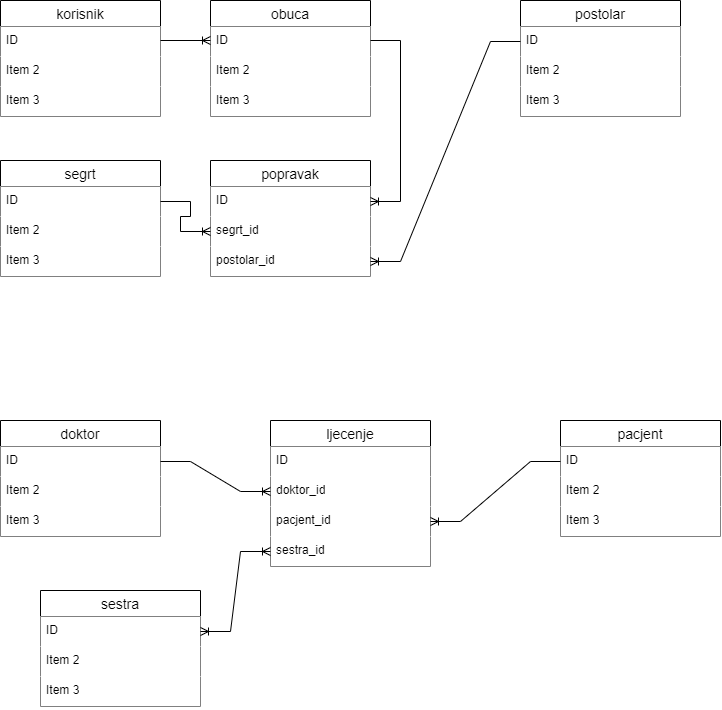
Above: predavanje_2/zadaci tab.png in Josip2504/OOP (draw.io), before the change. Source tidied: cells renumbered, new cells last; positions are measured from the earlier drawing's top-left corner, leaving out a move shared by most shapes.
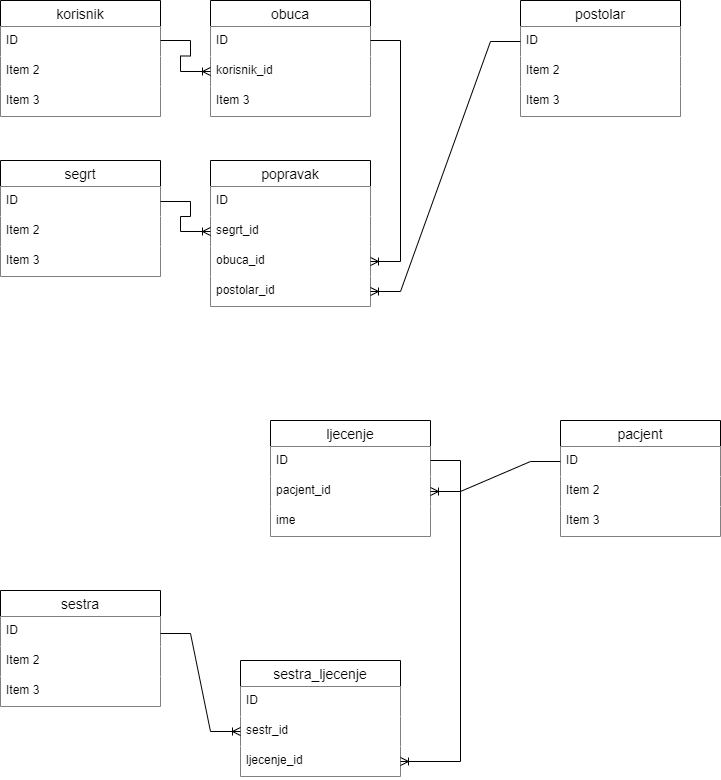
The same file after the commit.

What changed in the source:
```diff
@@ -20,7 +20,7 @@
     <mxCell id="7" value="ID" style="text;strokeColor=none;fillColor=#FFFFFF;spacingLeft=4;spacingRight=4;overflow=hidden;fontSize=12;whiteSpace=wrap;html=1;" parent="6" vertex="1">
       <mxGeometry y="26" width="160" height="30" as="geometry" />
     </mxCell>
-    <mxCell id="8" value="Item 2" style="text;strokeColor=none;fillColor=#FFFFFF;spacingLeft=4;spacingRight=4;overflow=hidden;points=[[0,0.5],[1,0.5]];portConstraint=eastwest;fontSize=12;whiteSpace=wrap;html=1;" parent="6" vertex="1">
+    <mxCell id="8" value="korisnik_id" style="text;strokeColor=none;fillColor=#FFFFFF;spacingLeft=4;spacingRight=4;overflow=hidden;points=[[0,0.5],[1,0.5]];portConstraint=eastwest;fontSize=12;whiteSpace=wrap;html=1;" parent="6" vertex="1">
       <mxGeometry y="56" width="160" height="30" as="geometry" />
     </mxCell>
     <mxCell id="9" value="Item 3" style="text;strokeColor=none;fillColor=#FFFFFF;spacingLeft=4;spacingRight=4;overflow=hidden;fontSize=12;whiteSpace=wrap;html=1;" parent="6" vertex="1">
@@ -51,7 +51,7 @@
       <mxGeometry y="86" width="160" height="30" as="geometry" />
     </mxCell>
     <mxCell id="18" value="popravak" style="swimlane;fontStyle=0;horizontal=1;startSize=26;align=center;fontSize=14;fillColor=#FFFFFF;" parent="1" vertex="1">
-      <mxGeometry x="210" y="160" width="160" height="116" as="geometry" />
+      <mxGeometry x="210" y="160" width="160" height="146" as="geometry" />
     </mxCell>
     <mxCell id="19" value="ID" style="text;strokeColor=none;fillColor=#FFFFFF;spacingLeft=4;spacingRight=4;overflow=hidden;points=[[0,0.5],[1,0.5]];portConstraint=eastwest;fontSize=12;whiteSpace=wrap;html=1;" parent="18" vertex="1">
       <mxGeometry y="26" width="160" height="30" as="geometry" />
@@ -59,19 +59,21 @@
     <mxCell id="20" value="segrt_id" style="text;strokeColor=none;fillColor=#FFFFFF;spacingLeft=4;spacingRight=4;overflow=hidden;points=[[0,0.5],[1,0.5]];portConstraint=eastwest;fontSize=12;whiteSpace=wrap;html=1;" parent="18" vertex="1">
       <mxGeometry y="56" width="160" height="30" as="geometry" />
     </mxCell>
+    <mxCell id="46" value="obuca_id" style="text;strokeColor=none;fillColor=#FFFFFF;spacingLeft=4;spacingRight=4;overflow=hidden;points=[[0,0.5],[1,0.5]];portConstraint=eastwest;fontSize=12;whiteSpace=wrap;html=1;" parent="18" vertex="1">
+      <mxGeometry y="86" width="160" height="30" as="geometry" />
+    </mxCell>
     <mxCell id="21" value="postolar_id" style="text;strokeColor=none;fillColor=#FFFFFF;spacingLeft=4;spacingRight=4;overflow=hidden;points=[[0,0.5],[1,0.5]];portConstraint=eastwest;fontSize=12;whiteSpace=wrap;html=1;" parent="18" vertex="1">
-      <mxGeometry y="86" width="160" height="30" as="geometry" />
+      <mxGeometry y="116" width="160" height="30" as="geometry" />
     </mxCell>
     <mxCell id="22" style="edgeStyle=entityRelationEdgeStyle;fontSize=12;html=1;endArrow=ERoneToMany;rounded=0;exitX=1;exitY=0.5;exitDx=0;exitDy=0;entryX=0;entryY=0.5;entryDx=0;entryDy=0;fillColor=#FFFFFF;" parent="1" edge="1" source="15" target="20">
       <mxGeometry relative="1" as="geometry" />
     </mxCell>
-    <mxCell id="23" style="edgeStyle=entityRelationEdgeStyle;fontSize=12;html=1;endArrow=ERoneToMany;rounded=0;exitX=1;exitY=0.5;exitDx=0;exitDy=0;entryX=0;entryY=0.5;entryDx=0;entryDy=0;fillColor=#FFFFFF;" parent="1" edge="1">
+    <mxCell id="23" style="edgeStyle=entityRelationEdgeStyle;fontSize=12;html=1;endArrow=ERoneToMany;rounded=0;exitX=1;exitY=0.5;exitDx=0;exitDy=0;entryX=0;entryY=0.5;entryDx=0;entryDy=0;fillColor=#FFFFFF;" parent="1" edge="1" target="8">
       <mxGeometry relative="1" as="geometry">
         <mxPoint x="160" y="40" as="sourcePoint" />
-        <mxPoint x="210" y="40" as="targetPoint" />
       </mxGeometry>
     </mxCell>
-    <mxCell id="24" style="edgeStyle=entityRelationEdgeStyle;fontSize=12;html=1;endArrow=ERoneToMany;rounded=0;exitX=1;exitY=0.5;exitDx=0;exitDy=0;entryX=1;entryY=0.5;entryDx=0;entryDy=0;fillColor=#FFFFFF;" parent="1" edge="1" target="19">
+    <mxCell id="24" style="edgeStyle=entityRelationEdgeStyle;fontSize=12;html=1;endArrow=ERoneToMany;rounded=0;exitX=1;exitY=0.5;exitDx=0;exitDy=0;entryX=1;entryY=0.5;entryDx=0;entryDy=0;fillColor=#FFFFFF;" parent="1" edge="1" target="46">
       <mxGeometry relative="1" as="geometry">
         <mxPoint x="370" y="40" as="sourcePoint" />
       </mxGeometry>
@@ -79,18 +81,6 @@
     <mxCell id="25" style="edgeStyle=entityRelationEdgeStyle;fontSize=12;html=1;endArrow=ERoneToMany;rounded=0;exitX=0;exitY=0.5;exitDx=0;exitDy=0;entryX=1;entryY=0.5;entryDx=0;entryDy=0;fillColor=#FFFFFF;" parent="1" edge="1" source="11" target="21">
       <mxGeometry relative="1" as="geometry" />
     </mxCell>
-    <mxCell id="26" value="doktor" style="swimlane;fontStyle=0;horizontal=1;startSize=26;align=center;fontSize=14;fillColor=#FFFFFF;" parent="1" vertex="1">
-      <mxGeometry y="420" width="160" height="116" as="geometry" />
-    </mxCell>
-    <mxCell id="27" value="ID" style="text;strokeColor=none;fillColor=#FFFFFF;spacingLeft=4;spacingRight=4;overflow=hidden;points=[[0,0.5],[1,0.5]];portConstraint=eastwest;fontSize=12;whiteSpace=wrap;html=1;" parent="26" vertex="1">
-      <mxGeometry y="26" width="160" height="30" as="geometry" />
-    </mxCell>
-    <mxCell id="28" value="Item 2" style="text;strokeColor=none;fillColor=#FFFFFF;spacingLeft=4;spacingRight=4;overflow=hidden;fontSize=12;whiteSpace=wrap;html=1;" parent="26" vertex="1">
-      <mxGeometry y="56" width="160" height="30" as="geometry" />
-    </mxCell>
-    <mxCell id="29" value="Item 3" style="text;strokeColor=none;fillColor=#FFFFFF;spacingLeft=4;spacingRight=4;overflow=hidden;fontSize=12;whiteSpace=wrap;html=1;" parent="26" vertex="1">
-      <mxGeometry y="86" width="160" height="30" as="geometry" />
-    </mxCell>
     <mxCell id="30" value="pacjent" style="swimlane;fontStyle=0;horizontal=1;startSize=26;align=center;fontSize=14;fillColor=#FFFFFF;" parent="1" vertex="1">
       <mxGeometry x="560" y="420" width="160" height="116" as="geometry" />
     </mxCell>
@@ -104,22 +94,19 @@
       <mxGeometry y="86" width="160" height="30" as="geometry" />
     </mxCell>
     <mxCell id="34" value="ljecenje" style="swimlane;fontStyle=0;horizontal=1;startSize=26;align=center;fontSize=14;fillColor=#FFFFFF;" parent="1" vertex="1">
-      <mxGeometry x="270" y="420" width="160" height="146" as="geometry" />
+      <mxGeometry x="270" y="420" width="160" height="116" as="geometry" />
     </mxCell>
     <mxCell id="35" value="ID" style="text;strokeColor=none;fillColor=#FFFFFF;spacingLeft=4;spacingRight=4;overflow=hidden;fontSize=12;whiteSpace=wrap;html=1;" parent="34" vertex="1">
       <mxGeometry y="26" width="160" height="30" as="geometry" />
     </mxCell>
-    <mxCell id="36" value="doktor_id" style="text;strokeColor=none;fillColor=#FFFFFF;spacingLeft=4;spacingRight=4;overflow=hidden;points=[[0,0.5],[1,0.5]];portConstraint=eastwest;fontSize=12;whiteSpace=wrap;html=1;" parent="34" vertex="1">
-      <mxGeometry y="56" width="160" height="30" as="geometry" />
-    </mxCell>
     <mxCell id="37" value="pacjent_id" style="text;strokeColor=none;fillColor=#FFFFFF;spacingLeft=4;spacingRight=4;overflow=hidden;points=[[0,0.5],[1,0.5]];portConstraint=eastwest;fontSize=12;whiteSpace=wrap;html=1;" parent="34" vertex="1">
-      <mxGeometry y="86" width="160" height="30" as="geometry" />
+      <mxGeometry y="56" width="160" height="30" as="geometry" />
     </mxCell>
-    <mxCell id="38" value="sestra_id" style="text;strokeColor=none;fillColor=#FFFFFF;spacingLeft=4;spacingRight=4;overflow=hidden;points=[[0,0.5],[1,0.5]];portConstraint=eastwest;fontSize=12;whiteSpace=wrap;html=1;" parent="34" vertex="1">
-      <mxGeometry y="116" width="160" height="30" as="geometry" />
-    </mxCell>
+    <mxCell id="47" value="ime" style="text;strokeColor=none;fillColor=#FFFFFF;spacingLeft=4;spacingRight=4;overflow=hidden;fontSize=12;whiteSpace=wrap;html=1;" parent="34" vertex="1">
+      <mxGeometry y="86" width="160" height="30" as="geometry" />
+    </mxCell>
     <mxCell id="39" value="sestra" style="swimlane;fontStyle=0;horizontal=1;startSize=26;align=center;fontSize=14;fillColor=#FFFFFF;" parent="1" vertex="1">
-      <mxGeometry x="40" y="590" width="160" height="116" as="geometry" />
+      <mxGeometry y="590" width="160" height="116" as="geometry" />
     </mxCell>
     <mxCell id="40" value="ID" style="text;strokeColor=none;fillColor=#FFFFFF;spacingLeft=4;spacingRight=4;overflow=hidden;points=[[0,0.5],[1,0.5]];portConstraint=eastwest;fontSize=12;whiteSpace=wrap;html=1;" parent="39" vertex="1">
       <mxGeometry y="26" width="160" height="30" as="geometry" />
@@ -130,14 +117,30 @@
     <mxCell id="42" value="Item 3" style="text;strokeColor=none;fillColor=#FFFFFF;spacingLeft=4;spacingRight=4;overflow=hidden;fontSize=12;whiteSpace=wrap;html=1;" parent="39" vertex="1">
       <mxGeometry y="86" width="160" height="30" as="geometry" />
     </mxCell>
-    <mxCell id="43" style="edgeStyle=entityRelationEdgeStyle;fontSize=12;html=1;endArrow=ERoneToMany;rounded=0;exitX=1;exitY=0.5;exitDx=0;exitDy=0;entryX=0;entryY=0.5;entryDx=0;entryDy=0;" parent="1" edge="1" source="27" target="36">
-      <mxGeometry relative="1" as="geometry" />
-    </mxCell>
     <mxCell id="44" style="edgeStyle=entityRelationEdgeStyle;fontSize=12;html=1;endArrow=ERoneToMany;rounded=0;entryX=1;entryY=0.5;entryDx=0;entryDy=0;exitX=0;exitY=0.5;exitDx=0;exitDy=0;" parent="1" edge="1" source="31" target="37">
       <mxGeometry relative="1" as="geometry" />
     </mxCell>
-    <mxCell id="45" style="edgeStyle=entityRelationEdgeStyle;fontSize=12;html=1;endArrow=ERoneToMany;startArrow=ERoneToMany;rounded=0;exitX=1;exitY=0.5;exitDx=0;exitDy=0;entryX=0;entryY=0.5;entryDx=0;entryDy=0;" parent="1" edge="1" source="40" target="38">
-      <mxGeometry relative="1" as="geometry" />
-    </mxCell>
+    <mxCell id="48" value="sestra_ljecenje" style="swimlane;fontStyle=0;horizontal=1;startSize=26;align=center;fontSize=14;fillColor=#FFFFFF;" parent="1" vertex="1">
+      <mxGeometry x="240" y="660" width="160" height="116" as="geometry" />
+    </mxCell>
+    <mxCell id="27" value="ID" style="text;strokeColor=none;fillColor=#FFFFFF;spacingLeft=4;spacingRight=4;overflow=hidden;points=[[0,0.5],[1,0.5]];portConstraint=eastwest;fontSize=12;whiteSpace=wrap;html=1;" parent="48" vertex="1">
+      <mxGeometry y="26" width="160" height="30" as="geometry" />
+    </mxCell>
+    <mxCell id="49" value="sestr_id" style="text;strokeColor=none;fillColor=#FFFFFF;spacingLeft=4;spacingRight=4;overflow=hidden;points=[[0,0.5],[1,0.5]];portConstraint=eastwest;fontSize=12;whiteSpace=wrap;html=1;" parent="48" vertex="1">
+      <mxGeometry y="56" width="160" height="30" as="geometry" />
+    </mxCell>
+    <mxCell id="50" value="ljecenje_id" style="text;strokeColor=none;fillColor=#FFFFFF;spacingLeft=4;spacingRight=4;overflow=hidden;points=[[0,0.5],[1,0.5]];portConstraint=eastwest;fontSize=12;whiteSpace=wrap;html=1;" parent="48" vertex="1">
+      <mxGeometry y="86" width="160" height="30" as="geometry" />
+    </mxCell>
+    <mxCell id="51" style="edgeStyle=entityRelationEdgeStyle;fontSize=12;html=1;endArrow=ERoneToMany;rounded=0;exitX=1;exitY=0.5;exitDx=0;exitDy=0;entryX=0;entryY=0.5;entryDx=0;entryDy=0;" parent="1" edge="1" target="49">
+      <mxGeometry relative="1" as="geometry">
+        <mxPoint x="160" y="633" as="sourcePoint" />
+      </mxGeometry>
+    </mxCell>
+    <mxCell id="52" style="edgeStyle=entityRelationEdgeStyle;fontSize=12;html=1;endArrow=ERoneToMany;rounded=0;entryX=1;entryY=0.5;entryDx=0;entryDy=0;" parent="1" edge="1" target="50">
+      <mxGeometry relative="1" as="geometry">
+        <mxPoint x="430" y="460" as="sourcePoint" />
+      </mxGeometry>
+    </mxCell>
   </root>
 </mxGraphModel>
```
